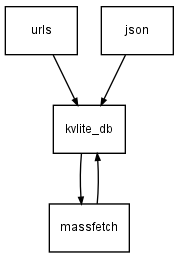
ownport/massfetch keeps this Graphviz diagram as docs/massfetch-flow.png. Above is the earlier version. Its source is kept beside it as docs/massfetch-flow.gv.
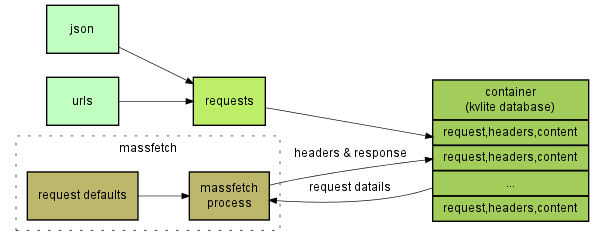
After the commit.

Commit message:
updated massfetch diagram

The edit, as a diff of the source:
```diff
@@ -1,16 +1,31 @@
 digraph massfetch_flow {
 
-    node [shape=record,fontname=Arial,fontsize=9];
-    edge [arrowsize=0.5,fontname=Arial,fontsize=9];
+    graph [ rankdir = "LR"];
+    node [shape=record,fontname=Arial,fontsize=9,style=filled];
+    edge [arrowsize=0.5,fontname=Arial,fontsize=9,penwidth=0.5];
 
-    urls;
-    json;
-    kvlite_db;
-    massfetch;
+    urls [fillcolor=darkseagreen1];
+    json [fillcolor=darkseagreen1];
+    requests [fillcolor=darkolivegreen2];
+    kvlite_db [label="<top>container\n(kvlite database)|\
+                    request,headers,content|\
+                    request,headers,content|\
+                    ...|\
+                    request,headers,content",
+                    fillcolor=darkolivegreen3];
 
-    urls -> kvlite_db;
-    json -> kvlite_db;
-    kvlite_db -> massfetch;
-    massfetch -> kvlite_db;
+    subgraph cluster_massfetch {
+        graph [style=dotted,fontname=Arial,fontsize=9,penwidth=0.5];
+        label="massfetch"
+        request_defaults [label="request defaults",fillcolor=darkkhaki];
+        massfetch [label="massfetch\nprocess",fillcolor=darkkhaki];
+        request_defaults -> massfetch;
+    };
+
+    urls -> requests;
+    json -> requests;
+    requests -> kvlite_db;
+    kvlite_db -> massfetch [label="request datails"];
+    massfetch -> kvlite_db [label="headers & response"];
 
 }
```
